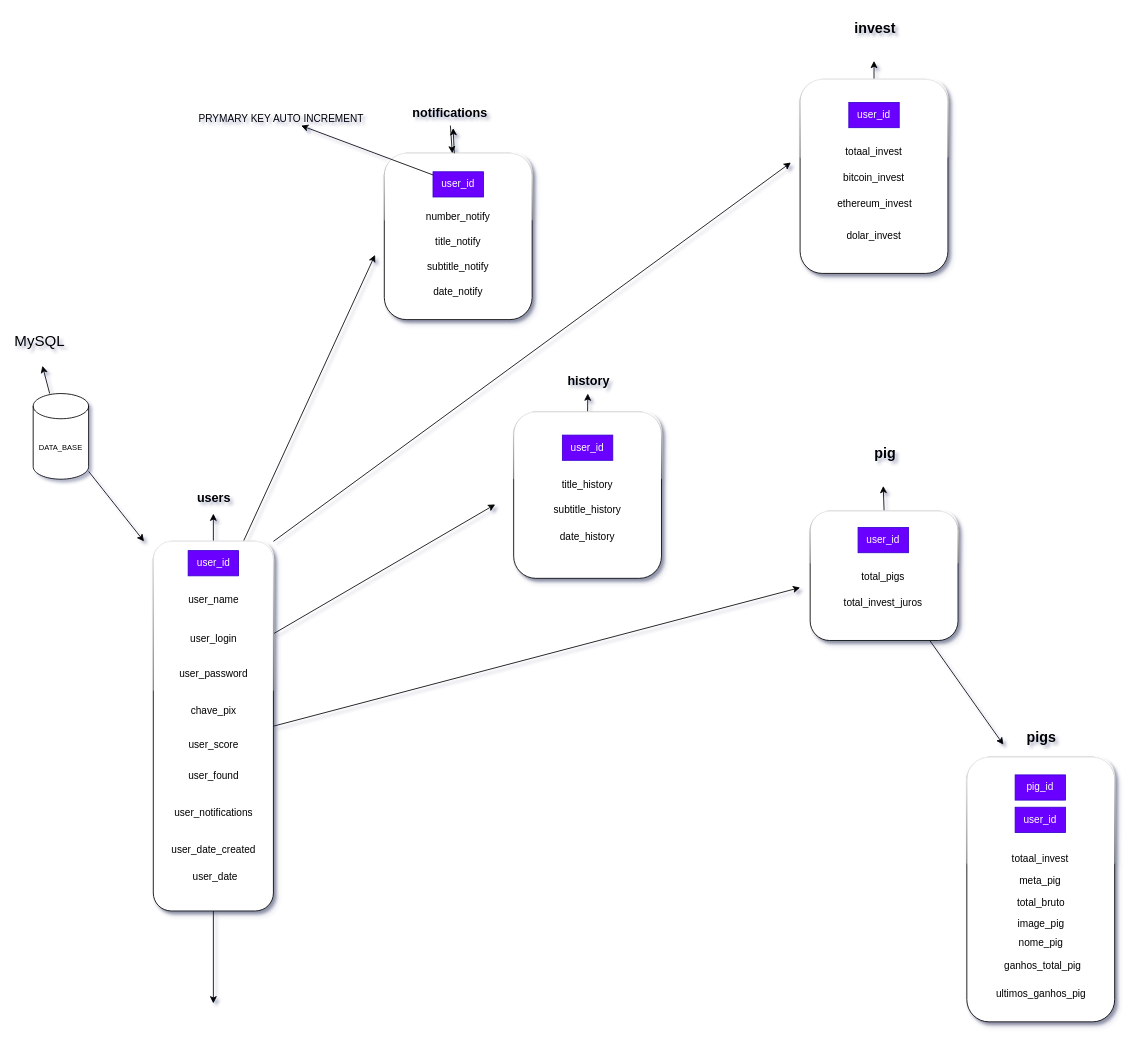
Above: data-base.drawio in GabigolDEVPY/Simulador-banco (draw.io), before the change. Source tidied: cells renumbered, new cells numbered last; positions are measured from the earlier drawing's top-left corner, leaving out a move shared by most shapes. Both pictures are drawn from the tidied source at 84%, with x=0, y=0 at pixel (14, 14).
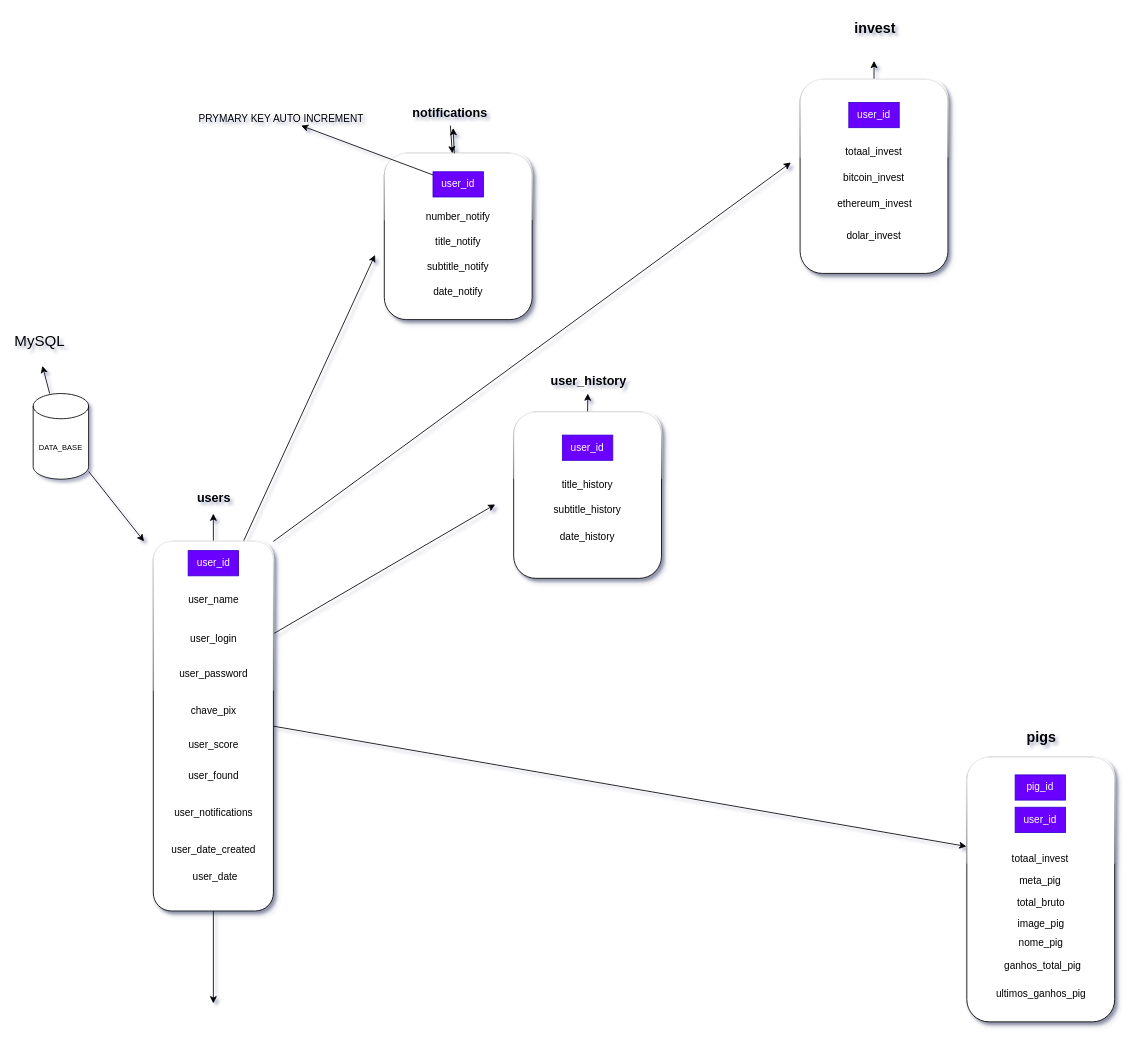
Above is the later version.

The change refers to these unchanged cells:
```xml
<mxCell id="8" style="rounded=1;whiteSpace=wrap;html=1;shadow=1;glass=1;" parent="1" vertex="1">
  <mxGeometry x="165" y="627" width="143" height="440" as="geometry" />
</mxCell>
<mxCell id="57" style="rounded=1;whiteSpace=wrap;html=1;shadow=1;glass=1;" parent="1" vertex="1">
  <mxGeometry x="1133.5" y="884" width="176" height="315" as="geometry" />
</mxCell>
```

The edit, as a diff of the source:
```diff
@@
-    <mxCell id="7" style="edgeStyle=none;html=1;exitX=1;exitY=0.5;exitDx=0;exitDy=0;fontColor=light-dark(#000000,#000000);strokeColor=light-dark(#000000,#000000);" parent="1" edge="1" source="8">
-      <mxGeometry relative="1" as="geometry">
-        <mxPoint x="935" y="682" as="targetPoint" />
-      </mxGeometry>
+    <mxCell id="7" style="edgeStyle=none;html=1;exitX=1;exitY=0.5;exitDx=0;exitDy=0;fontColor=light-dark(#000000,#000000);strokeColor=light-dark(#000000,#000000);entryX=-0.003;entryY=0.337;entryDx=0;entryDy=0;entryPerimeter=0;" parent="1" edge="1" source="8" target="57">
+      <mxGeometry relative="1" as="geometry" />
     </mxCell>
@@
-    <mxCell id="40" value="history" style="text;html=1;align=center;verticalAlign=middle;points=[];fontColor=light-dark(#000000,#000000);fontStyle=1;fontSize=15;" parent="1" vertex="1">
-      <mxGeometry x="649.5" y="418" width="66" height="33" as="geometry" />
+    <mxCell id="40" value="user_history" style="text;html=1;align=center;verticalAlign=middle;points=[];fontColor=light-dark(#000000,#000000);fontStyle=1;fontSize=15;" parent="1" vertex="1">
+      <mxGeometry x="627.5" y="418" width="110" height="33" as="geometry" />
     </mxCell>
@@
-    <mxCell id="50" style="edgeStyle=none;html=1;exitX=0.5;exitY=0;exitDx=0;exitDy=0;strokeColor=light-dark(#000000,#000000);" parent="1" edge="1" source="52">
-      <mxGeometry relative="1" as="geometry">
-        <mxPoint x="1034" y="561" as="targetPoint" />
-      </mxGeometry>
-    </mxCell>
-    <mxCell id="51" style="edgeStyle=none;html=1;strokeColor=light-dark(#000000,#000000);" parent="1" edge="1" source="52">
-      <mxGeometry relative="1" as="geometry">
-        <mxPoint x="1177" y="869" as="targetPoint" />
-      </mxGeometry>
-    </mxCell>
-    <mxCell id="52" style="rounded=1;whiteSpace=wrap;html=1;shadow=1;glass=1;" parent="1" vertex="1">
-      <mxGeometry x="947" y="591" width="176" height="154" as="geometry" />
-    </mxCell>
-    <mxCell id="53" value="total_pigs" style="text;html=1;align=center;verticalAlign=middle;whiteSpace=wrap;rounded=0;" parent="1" vertex="1">
-      <mxGeometry x="1004" y="654.5" width="60" height="30" as="geometry" />
-    </mxCell>
-    <mxCell id="54" value="total_invest_juros" style="text;html=1;align=center;verticalAlign=middle;whiteSpace=wrap;rounded=0;" parent="1" vertex="1">
-      <mxGeometry x="1004" y="684.5" width="60" height="30" as="geometry" />
-    </mxCell>
-    <mxCell id="55" value="user_id" style="text;html=1;align=center;verticalAlign=middle;whiteSpace=wrap;rounded=0;fillColor=#6a00ff;fontColor=#ffffff;strokeColor=#3700CC;" parent="1" vertex="1">
-      <mxGeometry x="1004" y="610.5" width="60" height="30" as="geometry" />
-    </mxCell>
-    <mxCell id="56" value="pig" style="text;html=1;align=center;verticalAlign=middle;fontColor=light-dark(#000000,#000000);fontStyle=1;fontSize=17;" parent="1" vertex="1">
-      <mxGeometry x="1013.5" y="506" width="44" height="33" as="geometry" />
-    </mxCell>
```
